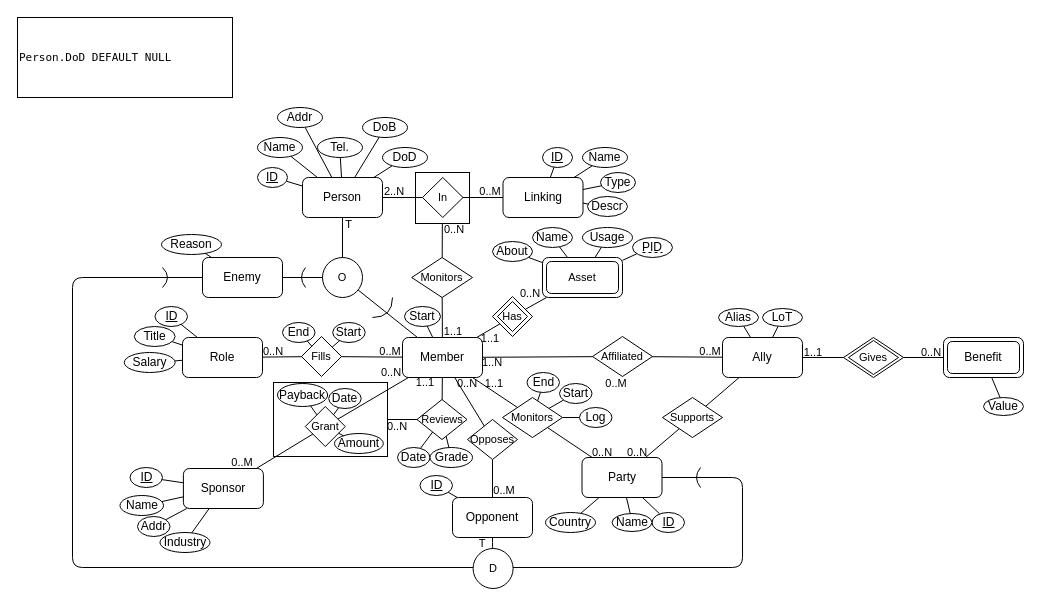
Before: INDBS/HW2/2.drawio in TheColorman/ITU, a draw.io diagram. Source tidied: cells renumbered, new cells numbered last; positions are measured from the earlier drawing's top-left corner, leaving out a move shared by most shapes. Both pictures are drawn from the tidied source at 100%, with x=0, y=0 at pixel (17, 17).
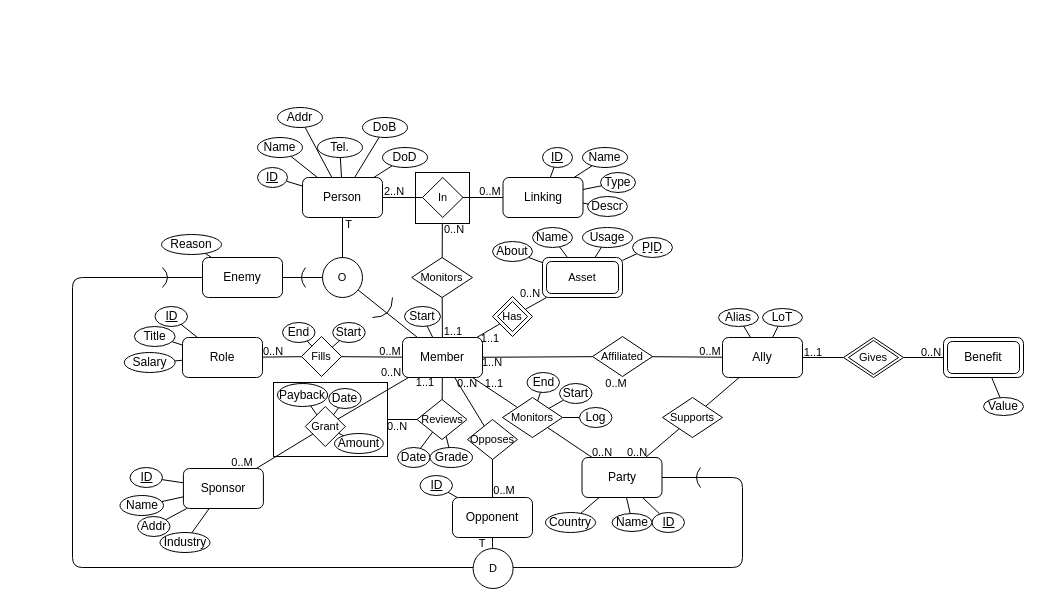
Above is the later version.

What changed in the source:
```diff
@@
-    <mxCell id="18" value="&lt;font face=&quot;Lucida Console&quot;&gt;Person.DoD DEFAULT NULL&lt;/font&gt;" style="rounded=0;whiteSpace=wrap;html=1;fontFamily=Helvetica;fontSize=11;fontColor=default;align=left;" parent="1" vertex="1">
-      <mxGeometry width="215" height="80" as="geometry" />
-    </mxCell>
```
